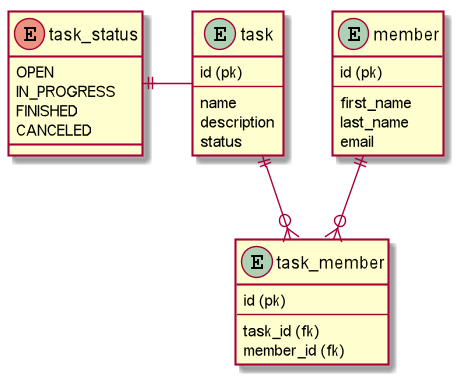
Earlier version of the PlantUML export docs/database_structure.png (ghandeland/http-server-exam).
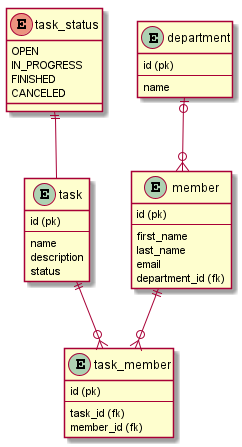
Later version of the same file.

What changed in the source:
```diff
@@ -6,6 +6,13 @@
     first_name
     last_name
     email
+    department_id (fk)
+    }
+
+    entity department {
+    id (pk)
+    ---
+    name
     }
 
 entity task {
@@ -22,6 +29,7 @@
     task_id (fk)
     member_id (fk)
 }
+
 enum task_status {
     OPEN
     IN_PROGRESS
@@ -31,6 +39,7 @@
 
 member ||--o{ task_member
 task ||--o{ task_member
-task_status ||- task
+task_status ||-- task
+department |o--o{ member
 
 @enduml
```
